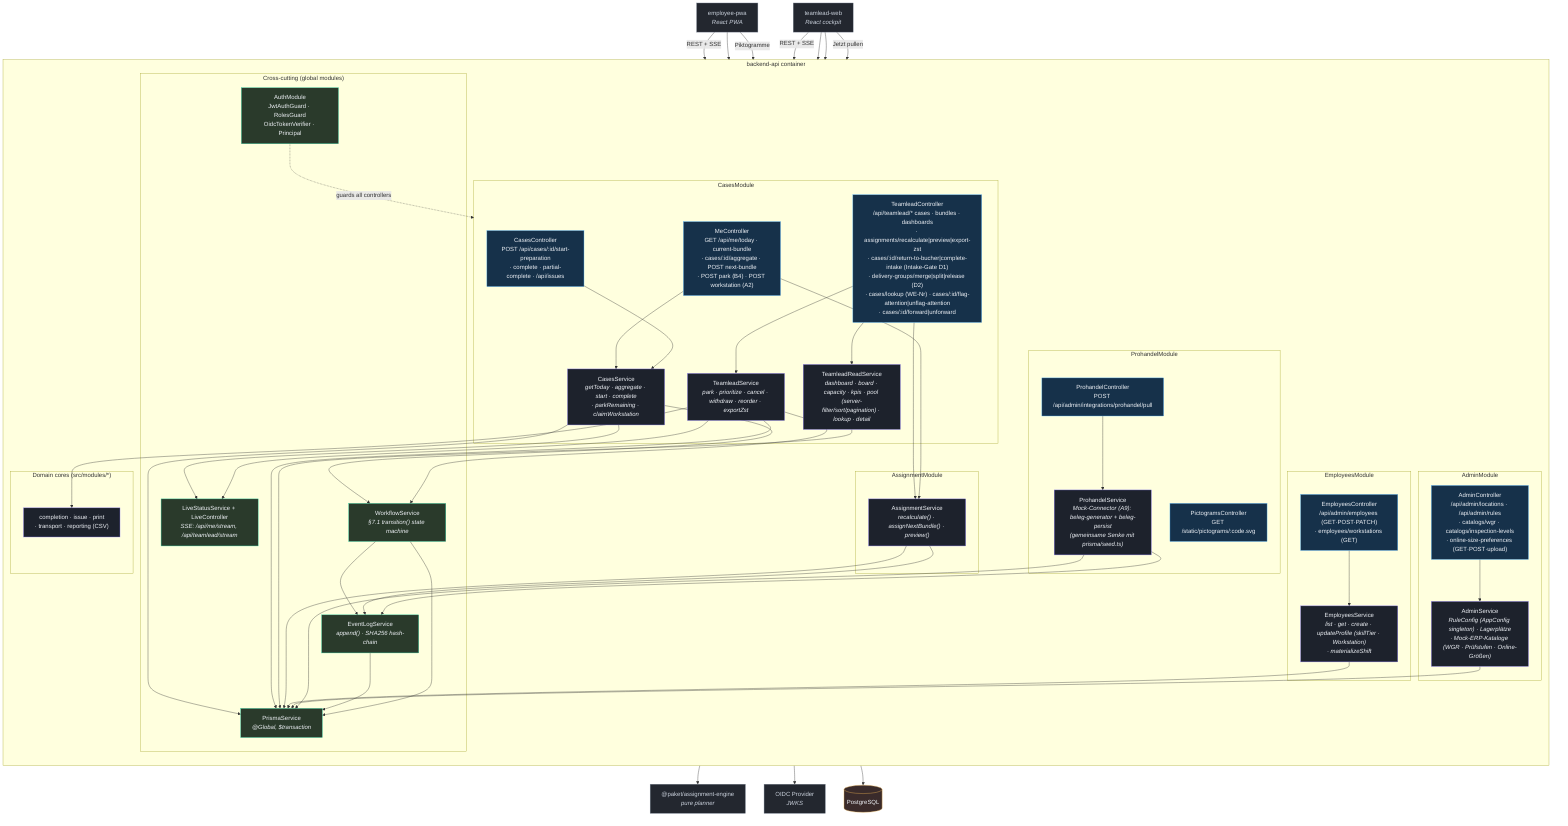
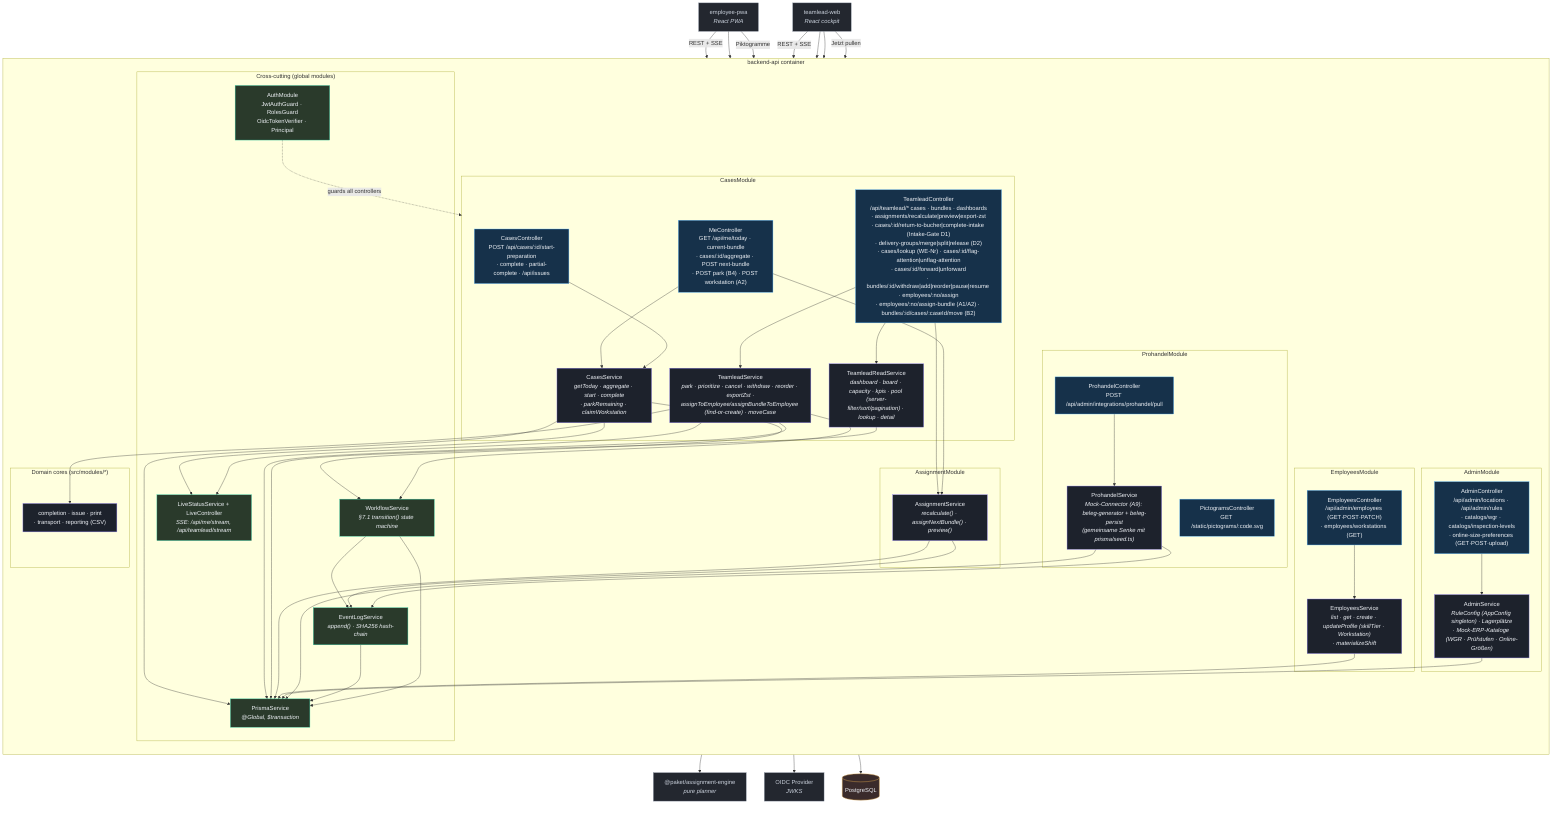
%% C4 Level 3 — Components: backend-api (NestJS on Fastify)
%% Verified against apps/backend-api/src/* (app.module.ts, cases/, assignment/, employees/,
%% admin/, prohandel/, workflow/, events/, live/, auth/, prisma/, health/, openapi/).
flowchart TB
    classDef ctrl fill:#16314a,stroke:#56b6ff,color:#eef1f6;
    classDef svc fill:#1d222c,stroke:#8b7cf6,color:#eef1f6;
    classDef cross fill:#2a3a2b,stroke:#2dd4a7,color:#eef1f6;
    classDef ext fill:#23272f,stroke:#7c8696,color:#cbd2dd;
    classDef store fill:#3a2b2b,stroke:#f5b955,color:#eef1f6;

    pwa["employee-pwa<br/><i>React PWA</i>"]:::ext
    web["teamlead-web<br/><i>React cockpit</i>"]:::ext
    oidc["OIDC Provider<br/><i>JWKS</i>"]:::ext
    db[("PostgreSQL")]:::store
    enginePkg["@paket/assignment-engine<br/><i>pure planner</i>"]:::ext

    subgraph api["backend-api container"]
        direction TB

        subgraph crosscut["Cross-cutting (global modules)"]
            auth["AuthModule<br/>JwtAuthGuard · RolesGuard<br/>OidcTokenVerifier · Principal"]:::cross
            prisma["PrismaService<br/><i>@Global, $transaction</i>"]:::cross
            events["EventLogService<br/><i>append() · SHA256 hash-chain</i>"]:::cross
            workflow["WorkflowService<br/><i>§7.1 transition() state machine</i>"]:::cross
            live["LiveStatusService + LiveController<br/><i>SSE: /api/me/stream, /api/teamlead/stream</i>"]:::cross
        end

        subgraph cases["CasesModule"]
            meCtrl["MeController<br/>GET /api/me/today · current-bundle<br/>· cases/:id/aggregate · POST next-bundle<br/>· POST park (B4) · POST workstation (A2)"]:::ctrl
            casesCtrl["CasesController<br/>POST /api/cases/:id/start-preparation<br/>· complete · partial-complete · /api/issues"]:::ctrl
-             tlCtrl["TeamleadController<br/>/api/teamlead/* cases · bundles · dashboards<br/>· assignments/recalculate|preview|export-zst<br/>· cases/:id/return-to-bucher|complete-intake (Intake-Gate D1)<br/>· delivery-groups/merge|split|release (D2)<br/>· cases/lookup (WE-Nr) · cases/:id/flag-attention|unflag-attention<br/>· cases/:id/forward|unforward"]:::ctrl
+             tlCtrl["TeamleadController<br/>/api/teamlead/* cases · bundles · dashboards<br/>· assignments/recalculate|preview|export-zst<br/>· cases/:id/return-to-bucher|complete-intake (Intake-Gate D1)<br/>· delivery-groups/merge|split|release (D2)<br/>· cases/lookup (WE-Nr) · cases/:id/flag-attention|unflag-attention<br/>· cases/:id/forward|unforward<br/>· bundles/:id/withdraw|add|reorder|pause|resume · employees/:no/assign<br/>· employees/:no/assign-bundle (A1/A2) · bundles/:id/cases/:caseId/move (B2)"]:::ctrl
            casesSvc["CasesService<br/><i>getToday · aggregate · start · complete<br/>· parkRemaining · claimWorkstation</i>"]:::svc
-             tlSvc["TeamleadService<br/><i>park · prioritize · cancel · withdraw · reorder · exportZst</i>"]:::svc
+             tlSvc["TeamleadService<br/><i>park · prioritize · cancel · withdraw · reorder · exportZst ·<br/>assignToEmployee/assignBundleToEmployee (find-or-create) · moveCase</i>"]:::svc
            tlRead["TeamleadReadService<br/><i>dashboard · board · capacity · kpis · pool (server-filter/sort/pagination) · lookup · detail</i>"]:::svc
        end

        subgraph assignment["AssignmentModule"]
            asgSvc["AssignmentService<br/><i>recalculate() · assignNextBundle() · preview()</i>"]:::svc
        end

        subgraph empl["EmployeesModule"]
            emplCtrl["EmployeesController<br/>/api/admin/employees (GET·POST·PATCH)<br/>· employees/workstations (GET)"]:::ctrl
            emplSvc["EmployeesService<br/><i>list · get · create · updateProfile (skillTier · Workstation)<br/>· materializeShift</i>"]:::svc
        end

        subgraph adminMod["AdminModule"]
            adminCtrl["AdminController<br/>/api/admin/locations · /api/admin/rules<br/>· catalogs/wgr · catalogs/inspection-levels<br/>· online-size-preferences (GET·POST·upload)"]:::ctrl
            adminSvc["AdminService<br/><i>RuleConfig (AppConfig singleton) · Lagerplätze<br/>· Mock-ERP-Kataloge (WGR · Prüfstufen · Online-Größen)</i>"]:::svc
        end

        subgraph prohandel["ProhandelModule"]
            phCtrl["ProhandelController<br/>POST /api/admin/integrations/prohandel/pull"]:::ctrl
            pictoCtrl["PictogramsController<br/>GET /static/pictograms/:code.svg"]:::ctrl
            phSvc["ProhandelService<br/><i>Mock-Connector (A9): beleg-generator + beleg-persist<br/>(gemeinsame Senke mit prisma/seed.ts)</i>"]:::svc
        end

        subgraph dom["Domain cores (src/modules/*)"]
            mods["completion · issue · print<br/>· transport · reporting (CSV)"]:::svc
        end
    end

    pwa -->|"REST + SSE"| meCtrl
    pwa --> casesCtrl
    pwa -->|"Piktogramme"| pictoCtrl
    web -->|"REST + SSE"| tlCtrl
    web --> emplCtrl
    web --> adminCtrl
    web -->|"Jetzt pullen"| phCtrl

    meCtrl --> casesSvc
    casesCtrl --> casesSvc
    tlCtrl --> tlSvc
    tlCtrl --> tlRead
    tlCtrl --> asgSvc
    meCtrl --> asgSvc
    emplCtrl --> emplSvc
    adminCtrl --> adminSvc
    phCtrl --> phSvc

    casesSvc --> workflow
    tlSvc --> workflow
    workflow --> events
    casesSvc --> live
    tlSvc --> live
    asgSvc --> enginePkg
    asgSvc --> events
    phSvc --> events
    tlSvc --> mods

    auth -. "guards all controllers" .-> cases
    auth --> oidc
    casesSvc --> prisma
    tlSvc --> prisma
    tlRead --> prisma
    asgSvc --> prisma
    emplSvc --> prisma
    adminSvc --> prisma
    phSvc --> prisma
    events --> prisma
    workflow --> prisma
    prisma --> db
